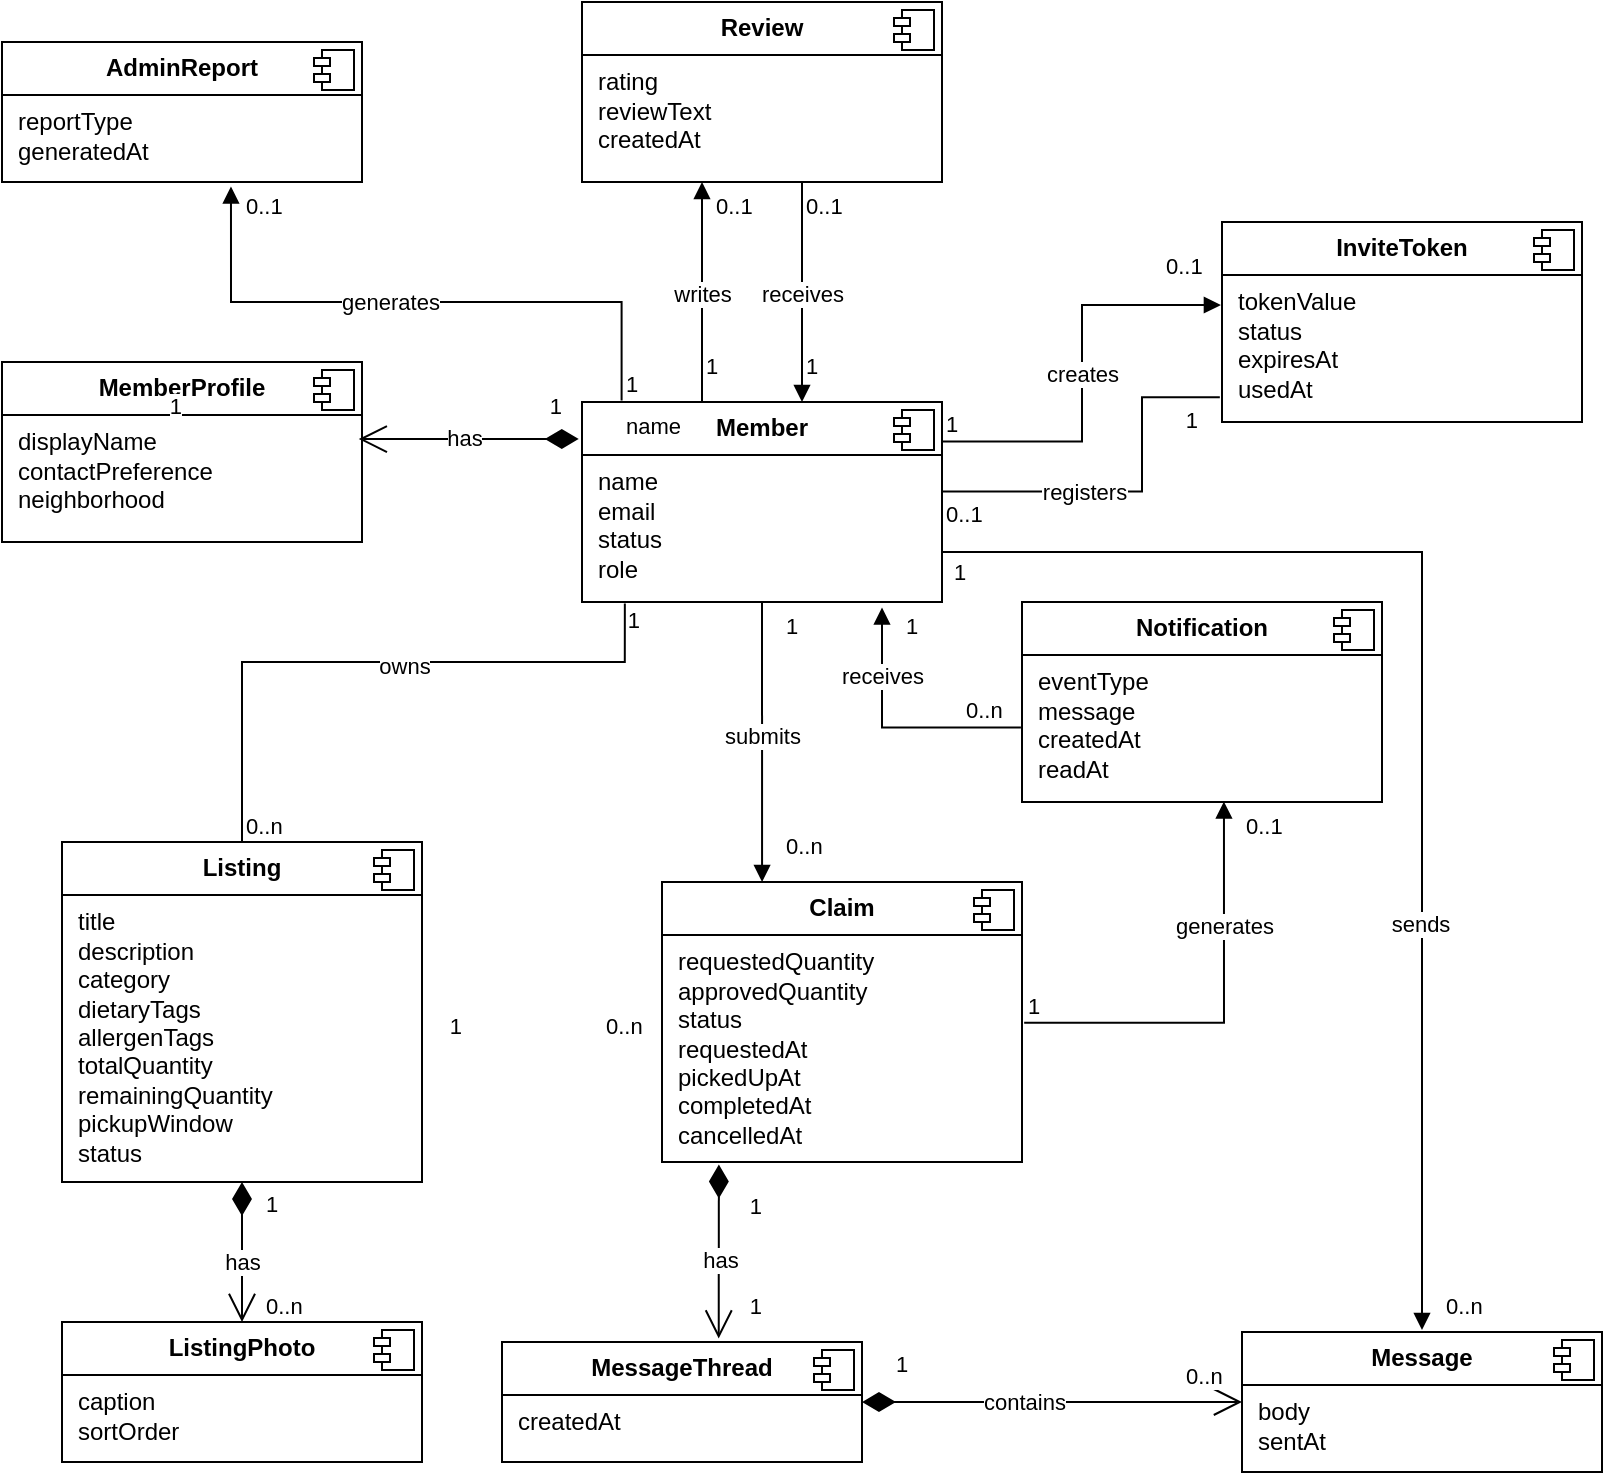
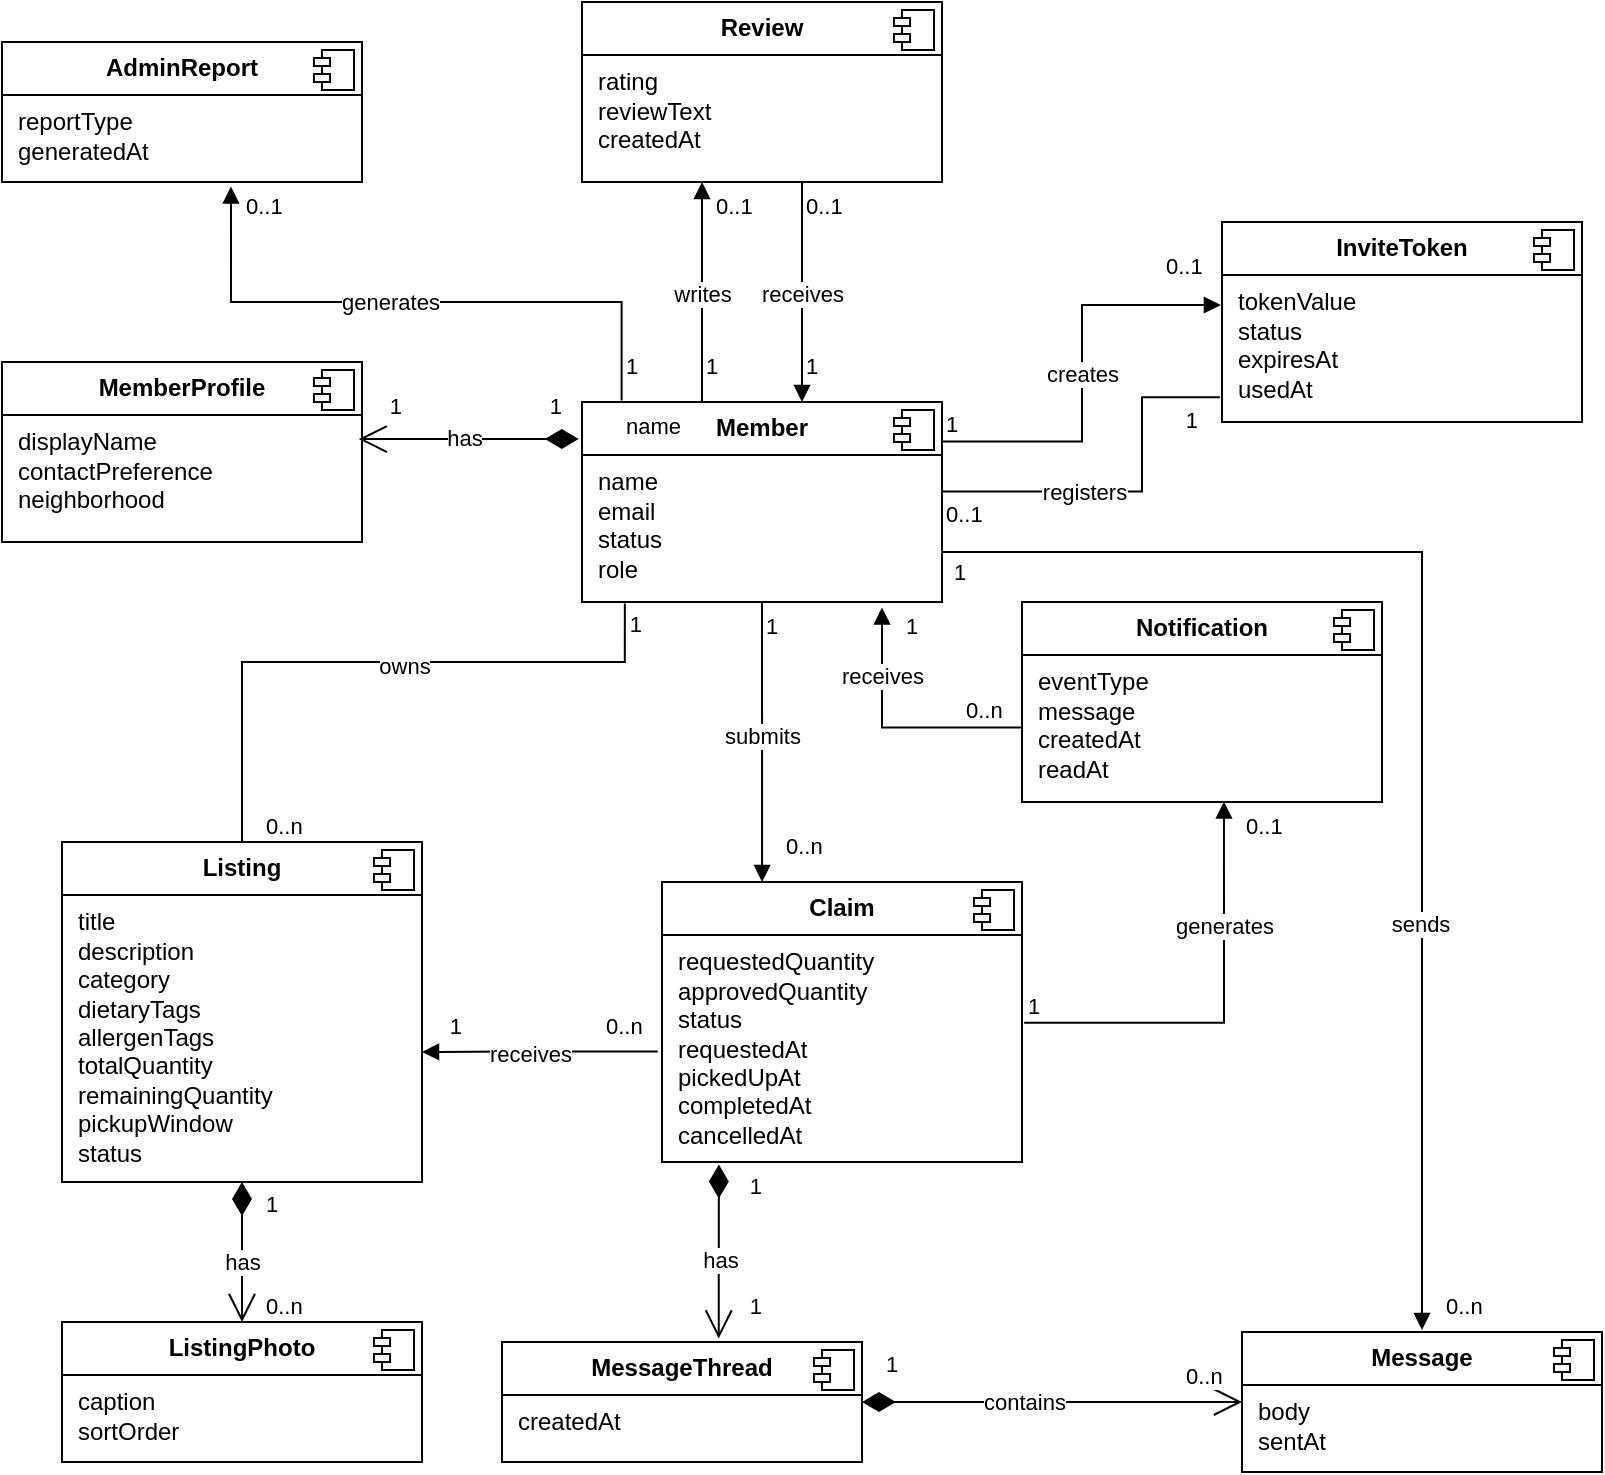
<mxfile host="app.diagrams.net">
  <diagram name="Page-1" id="lvP-uJnGx7f_SAiNzAW-">
-     <mxGraphModel dx="1503" dy="675" grid="1" gridSize="10" guides="1" tooltips="1" connect="1" arrows="1" fold="1" page="1" pageScale="1" pageWidth="850" pageHeight="1100" math="0" shadow="0">
+     <mxGraphModel dx="1653" dy="743" grid="1" gridSize="10" guides="1" tooltips="1" connect="1" arrows="1" fold="1" page="1" pageScale="1" pageWidth="850" pageHeight="1100" math="0" shadow="0">
      <root>
        <mxCell id="0" />
        <mxCell id="1" parent="0" />
        <mxCell id="1ZRYSY7kE29Z7dbNpSJO-15" parent="1" style="align=left;overflow=fill;html=1;dropTarget=0;whiteSpace=wrap;" value="&lt;p style=&quot;margin:0px;margin-top:6px;text-align:center;&quot;&gt;&lt;b&gt;Member&lt;/b&gt;&lt;/p&gt;&lt;hr size=&quot;1&quot; style=&quot;border-style:solid;&quot;&gt;&lt;p style=&quot;margin:0px;margin-left:8px;&quot;&gt;name&lt;/p&gt;&lt;p style=&quot;margin:0px;margin-left:8px;&quot;&gt;email&lt;/p&gt;&lt;p style=&quot;margin:0px;margin-left:8px;&quot;&gt;status&lt;/p&gt;&lt;p style=&quot;margin:0px;margin-left:8px;&quot;&gt;role&lt;/p&gt;&lt;div&gt;&lt;br&gt;&lt;/div&gt;" vertex="1">
          <mxGeometry height="100" width="180" x="320" y="340" as="geometry" />
        </mxCell>
        <mxCell id="1ZRYSY7kE29Z7dbNpSJO-16" parent="1ZRYSY7kE29Z7dbNpSJO-15" style="shape=component;jettyWidth=8;jettyHeight=4;" value="" vertex="1">
          <mxGeometry height="20" relative="1" width="20" x="1" as="geometry">
            <mxPoint x="-24" y="4" as="offset" />
          </mxGeometry>
        </mxCell>
        <mxCell id="1ZRYSY7kE29Z7dbNpSJO-17" parent="1" style="align=left;overflow=fill;html=1;dropTarget=0;whiteSpace=wrap;" value="&lt;p style=&quot;margin:0px;margin-top:6px;text-align:center;&quot;&gt;&lt;b&gt;MemberProfile&lt;/b&gt;&lt;/p&gt;&lt;hr size=&quot;1&quot; style=&quot;border-style:solid;&quot;&gt;&lt;p style=&quot;margin:0px;margin-left:8px;&quot;&gt;displayName&lt;/p&gt;&lt;p style=&quot;margin:0px;margin-left:8px;&quot;&gt;contactPreference&lt;/p&gt;&lt;p style=&quot;margin:0px;margin-left:8px;&quot;&gt;neighborhood&lt;/p&gt;&lt;div&gt;&lt;br&gt;&lt;/div&gt;" vertex="1">
          <mxGeometry height="90" width="180" x="30" y="320" as="geometry" />
        </mxCell>
        <mxCell id="1ZRYSY7kE29Z7dbNpSJO-18" parent="1ZRYSY7kE29Z7dbNpSJO-17" style="shape=component;jettyWidth=8;jettyHeight=4;" value="" vertex="1">
          <mxGeometry height="20" relative="1" width="20" x="1" as="geometry">
            <mxPoint x="-24" y="4" as="offset" />
          </mxGeometry>
        </mxCell>
        <mxCell id="1ZRYSY7kE29Z7dbNpSJO-19" parent="1" style="align=left;overflow=fill;html=1;dropTarget=0;whiteSpace=wrap;" value="&lt;p style=&quot;margin:0px;margin-top:6px;text-align:center;&quot;&gt;&lt;b&gt;Listing&lt;/b&gt;&lt;/p&gt;&lt;hr size=&quot;1&quot; style=&quot;border-style:solid;&quot;&gt;&lt;p style=&quot;margin:0px;margin-left:8px;&quot;&gt;title&lt;/p&gt;&lt;p style=&quot;margin:0px;margin-left:8px;&quot;&gt;description&lt;/p&gt;&lt;p style=&quot;margin:0px;margin-left:8px;&quot;&gt;category&lt;/p&gt;&lt;p style=&quot;margin:0px;margin-left:8px;&quot;&gt;dietaryTags&lt;/p&gt;&lt;p style=&quot;margin:0px;margin-left:8px;&quot;&gt;allergenTags&lt;/p&gt;&lt;p style=&quot;margin:0px;margin-left:8px;&quot;&gt;totalQuantity&lt;/p&gt;&lt;p style=&quot;margin:0px;margin-left:8px;&quot;&gt;remainingQuantity&lt;/p&gt;&lt;p style=&quot;margin:0px;margin-left:8px;&quot;&gt;pickupWindow&lt;/p&gt;&lt;p style=&quot;margin:0px;margin-left:8px;&quot;&gt;status&lt;/p&gt;" vertex="1">
          <mxGeometry height="170" width="180" x="60" y="560" as="geometry" />
        </mxCell>
        <mxCell id="1ZRYSY7kE29Z7dbNpSJO-20" parent="1ZRYSY7kE29Z7dbNpSJO-19" style="shape=component;jettyWidth=8;jettyHeight=4;" value="" vertex="1">
          <mxGeometry height="20" relative="1" width="20" x="1" as="geometry">
            <mxPoint x="-24" y="4" as="offset" />
          </mxGeometry>
        </mxCell>
        <mxCell id="1ZRYSY7kE29Z7dbNpSJO-21" parent="1" style="align=left;overflow=fill;html=1;dropTarget=0;whiteSpace=wrap;" value="&lt;p style=&quot;margin:0px;margin-top:6px;text-align:center;&quot;&gt;&lt;b&gt;ListingPhoto&lt;/b&gt;&lt;/p&gt;&lt;hr size=&quot;1&quot; style=&quot;border-style:solid;&quot;&gt;&lt;p style=&quot;margin:0px;margin-left:8px;&quot;&gt;caption&lt;/p&gt;&lt;p style=&quot;margin:0px;margin-left:8px;&quot;&gt;sortOrder&lt;/p&gt;" vertex="1">
          <mxGeometry height="70" width="180" x="60" y="800" as="geometry" />
        </mxCell>
        <mxCell id="1ZRYSY7kE29Z7dbNpSJO-22" parent="1ZRYSY7kE29Z7dbNpSJO-21" style="shape=component;jettyWidth=8;jettyHeight=4;" value="" vertex="1">
          <mxGeometry height="20" relative="1" width="20" x="1" as="geometry">
            <mxPoint x="-24" y="4" as="offset" />
          </mxGeometry>
        </mxCell>
        <mxCell id="1ZRYSY7kE29Z7dbNpSJO-23" parent="1" style="align=left;overflow=fill;html=1;dropTarget=0;whiteSpace=wrap;" value="&lt;p style=&quot;margin:0px;margin-top:6px;text-align:center;&quot;&gt;&lt;b&gt;Claim&lt;/b&gt;&lt;/p&gt;&lt;hr size=&quot;1&quot; style=&quot;border-style:solid;&quot;&gt;&lt;p style=&quot;margin:0px;margin-left:8px;&quot;&gt;requestedQuantity&lt;/p&gt;&lt;p style=&quot;margin:0px;margin-left:8px;&quot;&gt;approvedQuantity&lt;/p&gt;&lt;p style=&quot;margin:0px;margin-left:8px;&quot;&gt;status&lt;/p&gt;&lt;p style=&quot;margin:0px;margin-left:8px;&quot;&gt;requestedAt&lt;/p&gt;&lt;p style=&quot;margin:0px;margin-left:8px;&quot;&gt;pickedUpAt&lt;/p&gt;&lt;p style=&quot;margin:0px;margin-left:8px;&quot;&gt;completedAt&lt;/p&gt;&lt;p style=&quot;margin:0px;margin-left:8px;&quot;&gt;cancelledAt&lt;/p&gt;" vertex="1">
          <mxGeometry height="140" width="180" x="360" y="580" as="geometry" />
        </mxCell>
        <mxCell id="1ZRYSY7kE29Z7dbNpSJO-24" parent="1ZRYSY7kE29Z7dbNpSJO-23" style="shape=component;jettyWidth=8;jettyHeight=4;" value="" vertex="1">
          <mxGeometry height="20" relative="1" width="20" x="1" as="geometry">
            <mxPoint x="-24" y="4" as="offset" />
          </mxGeometry>
        </mxCell>
        <mxCell id="1ZRYSY7kE29Z7dbNpSJO-25" parent="1" style="align=left;overflow=fill;html=1;dropTarget=0;whiteSpace=wrap;" value="&lt;p style=&quot;margin:0px;margin-top:6px;text-align:center;&quot;&gt;&lt;b&gt;MessageThread&lt;/b&gt;&lt;/p&gt;&lt;hr size=&quot;1&quot; style=&quot;border-style:solid;&quot;&gt;&lt;p style=&quot;margin:0px;margin-left:8px;&quot;&gt;createdAt&lt;/p&gt;" vertex="1">
          <mxGeometry height="60" width="180" x="280" y="810" as="geometry" />
        </mxCell>
        <mxCell id="1ZRYSY7kE29Z7dbNpSJO-26" parent="1ZRYSY7kE29Z7dbNpSJO-25" style="shape=component;jettyWidth=8;jettyHeight=4;" value="" vertex="1">
          <mxGeometry height="20" relative="1" width="20" x="1" as="geometry">
            <mxPoint x="-24" y="4" as="offset" />
          </mxGeometry>
        </mxCell>
        <mxCell id="1ZRYSY7kE29Z7dbNpSJO-27" parent="1" style="align=left;overflow=fill;html=1;dropTarget=0;whiteSpace=wrap;" value="&lt;p style=&quot;margin:0px;margin-top:6px;text-align:center;&quot;&gt;&lt;b&gt;Message&lt;/b&gt;&lt;/p&gt;&lt;hr size=&quot;1&quot; style=&quot;border-style:solid;&quot;&gt;&lt;p style=&quot;margin:0px;margin-left:8px;&quot;&gt;body&lt;/p&gt;&lt;p style=&quot;margin:0px;margin-left:8px;&quot;&gt;sentAt&lt;/p&gt;" vertex="1">
          <mxGeometry height="70" width="180" x="650" y="805" as="geometry" />
        </mxCell>
        <mxCell id="1ZRYSY7kE29Z7dbNpSJO-28" parent="1ZRYSY7kE29Z7dbNpSJO-27" style="shape=component;jettyWidth=8;jettyHeight=4;" value="" vertex="1">
          <mxGeometry height="20" relative="1" width="20" x="1" as="geometry">
            <mxPoint x="-24" y="4" as="offset" />
          </mxGeometry>
        </mxCell>
        <mxCell id="1ZRYSY7kE29Z7dbNpSJO-29" parent="1" style="align=left;overflow=fill;html=1;dropTarget=0;whiteSpace=wrap;" value="&lt;p style=&quot;margin:0px;margin-top:6px;text-align:center;&quot;&gt;&lt;b&gt;Notification&lt;/b&gt;&lt;/p&gt;&lt;hr size=&quot;1&quot; style=&quot;border-style:solid;&quot;&gt;&lt;p style=&quot;margin:0px;margin-left:8px;&quot;&gt;eventType&lt;/p&gt;&lt;p style=&quot;margin:0px;margin-left:8px;&quot;&gt;message&lt;/p&gt;&lt;p style=&quot;margin:0px;margin-left:8px;&quot;&gt;createdAt&lt;/p&gt;&lt;p style=&quot;margin:0px;margin-left:8px;&quot;&gt;readAt&lt;/p&gt;" vertex="1">
          <mxGeometry height="100" width="180" x="540" y="440" as="geometry" />
        </mxCell>
        <mxCell id="1ZRYSY7kE29Z7dbNpSJO-30" parent="1ZRYSY7kE29Z7dbNpSJO-29" style="shape=component;jettyWidth=8;jettyHeight=4;" value="" vertex="1">
          <mxGeometry height="20" relative="1" width="20" x="1" as="geometry">
            <mxPoint x="-24" y="4" as="offset" />
          </mxGeometry>
        </mxCell>
        <mxCell id="1ZRYSY7kE29Z7dbNpSJO-31" parent="1" style="align=left;overflow=fill;html=1;dropTarget=0;whiteSpace=wrap;" value="&lt;p style=&quot;margin:0px;margin-top:6px;text-align:center;&quot;&gt;&lt;b&gt;Review&lt;/b&gt;&lt;/p&gt;&lt;hr size=&quot;1&quot; style=&quot;border-style:solid;&quot;&gt;&lt;p style=&quot;margin:0px;margin-left:8px;&quot;&gt;rating&lt;/p&gt;&lt;p style=&quot;margin:0px;margin-left:8px;&quot;&gt;reviewText&lt;/p&gt;&lt;p style=&quot;margin:0px;margin-left:8px;&quot;&gt;createdAt&lt;/p&gt;" vertex="1">
          <mxGeometry height="90" width="180" x="320" y="140" as="geometry" />
        </mxCell>
        <mxCell id="1ZRYSY7kE29Z7dbNpSJO-32" parent="1ZRYSY7kE29Z7dbNpSJO-31" style="shape=component;jettyWidth=8;jettyHeight=4;" value="" vertex="1">
          <mxGeometry height="20" relative="1" width="20" x="1" as="geometry">
            <mxPoint x="-24" y="4" as="offset" />
          </mxGeometry>
        </mxCell>
        <mxCell id="1ZRYSY7kE29Z7dbNpSJO-33" parent="1" style="align=left;overflow=fill;html=1;dropTarget=0;whiteSpace=wrap;" value="&lt;p style=&quot;margin:0px;margin-top:6px;text-align:center;&quot;&gt;&lt;b&gt;AdminReport&lt;/b&gt;&lt;/p&gt;&lt;hr size=&quot;1&quot; style=&quot;border-style:solid;&quot;&gt;&lt;p style=&quot;margin:0px;margin-left:8px;&quot;&gt;reportType&lt;/p&gt;&lt;p style=&quot;margin:0px;margin-left:8px;&quot;&gt;generatedAt&lt;/p&gt;" vertex="1">
          <mxGeometry height="70" width="180" x="30" y="160" as="geometry" />
        </mxCell>
        <mxCell id="1ZRYSY7kE29Z7dbNpSJO-34" parent="1ZRYSY7kE29Z7dbNpSJO-33" style="shape=component;jettyWidth=8;jettyHeight=4;" value="" vertex="1">
          <mxGeometry height="20" relative="1" width="20" x="1" as="geometry">
            <mxPoint x="-24" y="4" as="offset" />
          </mxGeometry>
        </mxCell>
        <mxCell id="1ZRYSY7kE29Z7dbNpSJO-39" parent="1" style="align=left;overflow=fill;html=1;dropTarget=0;whiteSpace=wrap;" value="&lt;p style=&quot;margin:0px;margin-top:6px;text-align:center;&quot;&gt;&lt;b&gt;InviteToken&lt;/b&gt;&lt;/p&gt;&lt;hr size=&quot;1&quot; style=&quot;border-style:solid;&quot;&gt;&lt;p style=&quot;margin:0px;margin-left:8px;&quot;&gt;tokenValue&lt;/p&gt;&lt;p style=&quot;margin:0px;margin-left:8px;&quot;&gt;status&lt;/p&gt;&lt;p style=&quot;margin:0px;margin-left:8px;&quot;&gt;expiresAt&lt;/p&gt;&lt;p style=&quot;margin:0px;margin-left:8px;&quot;&gt;usedAt&lt;/p&gt;" vertex="1">
          <mxGeometry height="100" width="180" x="640" y="250" as="geometry" />
        </mxCell>
        <mxCell id="1ZRYSY7kE29Z7dbNpSJO-40" parent="1ZRYSY7kE29Z7dbNpSJO-39" style="shape=component;jettyWidth=8;jettyHeight=4;" value="" vertex="1">
          <mxGeometry height="20" relative="1" width="20" x="1" as="geometry">
            <mxPoint x="-24" y="4" as="offset" />
          </mxGeometry>
        </mxCell>
        <mxCell id="1ZRYSY7kE29Z7dbNpSJO-50" edge="1" parent="1" source="1ZRYSY7kE29Z7dbNpSJO-15" style="endArrow=none;html=1;edgeStyle=orthogonalEdgeStyle;rounded=0;exitX=1.002;exitY=0.447;exitDx=0;exitDy=0;exitPerimeter=0;entryX=-0.006;entryY=0.876;entryDx=0;entryDy=0;entryPerimeter=0;" target="1ZRYSY7kE29Z7dbNpSJO-39" value="">
          <mxGeometry relative="1" as="geometry">
            <Array as="points">
              <mxPoint x="600" y="385" />
              <mxPoint x="600" y="338" />
            </Array>
            <mxPoint x="500" y="410" as="sourcePoint" />
            <mxPoint x="610" y="410" as="targetPoint" />
          </mxGeometry>
        </mxCell>
        <mxCell id="1ZRYSY7kE29Z7dbNpSJO-51" connectable="0" parent="1ZRYSY7kE29Z7dbNpSJO-50" style="edgeLabel;resizable=0;html=1;align=left;verticalAlign=bottom;" value="0..1" vertex="1">
          <mxGeometry relative="1" x="-1" as="geometry">
            <mxPoint y="20" as="offset" />
          </mxGeometry>
        </mxCell>
        <mxCell id="1ZRYSY7kE29Z7dbNpSJO-52" connectable="0" parent="1ZRYSY7kE29Z7dbNpSJO-50" style="edgeLabel;resizable=0;html=1;align=right;verticalAlign=bottom;" value="1" vertex="1">
          <mxGeometry relative="1" x="1" as="geometry">
            <mxPoint x="-10" y="20" as="offset" />
          </mxGeometry>
        </mxCell>
        <mxCell id="1ZRYSY7kE29Z7dbNpSJO-53" connectable="0" parent="1ZRYSY7kE29Z7dbNpSJO-50" style="edgeLabel;html=1;align=center;verticalAlign=middle;resizable=0;points=[];" value="registers" vertex="1">
          <mxGeometry relative="1" x="-0.0579" y="-2" as="geometry">
            <mxPoint x="-17" y="-2" as="offset" />
          </mxGeometry>
        </mxCell>
        <mxCell id="I8fzYEprO0ZgccGk21pv-6" edge="1" parent="1" source="1ZRYSY7kE29Z7dbNpSJO-15" style="endArrow=open;html=1;endSize=12;startArrow=diamondThin;startSize=14;startFill=1;edgeStyle=orthogonalEdgeStyle;align=left;verticalAlign=bottom;rounded=0;exitX=-0.009;exitY=0.185;exitDx=0;exitDy=0;exitPerimeter=0;entryX=0.991;entryY=0.428;entryDx=0;entryDy=0;entryPerimeter=0;" target="1ZRYSY7kE29Z7dbNpSJO-17" value="">
          <mxGeometry relative="1" x="-0.8329" y="-19" as="geometry">
            <mxPoint as="offset" />
            <mxPoint x="330" y="520" as="sourcePoint" />
            <mxPoint x="490" y="520" as="targetPoint" />
          </mxGeometry>
        </mxCell>
        <mxCell id="I8fzYEprO0ZgccGk21pv-7" connectable="0" parent="I8fzYEprO0ZgccGk21pv-6" style="edgeLabel;html=1;align=center;verticalAlign=middle;resizable=0;points=[];" value="has" vertex="1">
          <mxGeometry relative="1" x="0.0522" y="-1" as="geometry">
            <mxPoint as="offset" />
          </mxGeometry>
        </mxCell>
        <mxCell id="I8fzYEprO0ZgccGk21pv-8" edge="1" parent="1" source="1ZRYSY7kE29Z7dbNpSJO-19" style="endArrow=none;html=1;edgeStyle=orthogonalEdgeStyle;rounded=0;exitX=0.5;exitY=0;exitDx=0;exitDy=0;entryX=0.119;entryY=1.008;entryDx=0;entryDy=0;entryPerimeter=0;" target="1ZRYSY7kE29Z7dbNpSJO-15" value="">
          <mxGeometry relative="1" as="geometry">
            <Array as="points">
              <mxPoint x="150" y="470" />
              <mxPoint x="341" y="470" />
            </Array>
            <mxPoint x="120" y="400" as="sourcePoint" />
            <mxPoint x="300" y="390" as="targetPoint" />
          </mxGeometry>
        </mxCell>
        <mxCell id="I8fzYEprO0ZgccGk21pv-9" connectable="0" parent="I8fzYEprO0ZgccGk21pv-8" style="edgeLabel;resizable=0;html=1;align=left;verticalAlign=bottom;" value="0..n" vertex="1">
          <mxGeometry relative="1" x="-1" as="geometry">
-             <mxPoint as="offset" />
+             <mxPoint x="10" as="offset" />
          </mxGeometry>
        </mxCell>
        <mxCell id="I8fzYEprO0ZgccGk21pv-10" connectable="0" parent="I8fzYEprO0ZgccGk21pv-8" style="edgeLabel;resizable=0;html=1;align=right;verticalAlign=bottom;" value="1" vertex="1">
          <mxGeometry relative="1" x="1" as="geometry">
-             <mxPoint x="8" y="17" as="offset" />
+             <mxPoint x="9" y="19" as="offset" />
          </mxGeometry>
        </mxCell>
        <mxCell id="I8fzYEprO0ZgccGk21pv-11" connectable="0" parent="I8fzYEprO0ZgccGk21pv-8" style="edgeLabel;html=1;align=center;verticalAlign=middle;resizable=0;points=[];" value="owns" vertex="1">
          <mxGeometry relative="1" x="0.3061" y="-1" as="geometry">
            <mxPoint x="-32" y="1" as="offset" />
          </mxGeometry>
        </mxCell>
        <mxCell id="I8fzYEprO0ZgccGk21pv-16" edge="1" parent="1" source="1ZRYSY7kE29Z7dbNpSJO-15" style="endArrow=block;endFill=1;html=1;edgeStyle=orthogonalEdgeStyle;align=left;verticalAlign=top;rounded=0;entryX=-0.003;entryY=0.415;entryDx=0;entryDy=0;entryPerimeter=0;exitX=1.002;exitY=0.197;exitDx=0;exitDy=0;exitPerimeter=0;" target="1ZRYSY7kE29Z7dbNpSJO-39" value="">
          <mxGeometry relative="1" x="-1" as="geometry">
            <mxPoint x="501" y="350" as="sourcePoint" />
            <mxPoint x="570" y="390" as="targetPoint" />
          </mxGeometry>
        </mxCell>
        <mxCell id="I8fzYEprO0ZgccGk21pv-17" connectable="0" parent="I8fzYEprO0ZgccGk21pv-16" style="edgeLabel;resizable=0;html=1;align=left;verticalAlign=bottom;" value="1" vertex="1">
          <mxGeometry relative="1" x="-1" as="geometry" />
        </mxCell>
        <mxCell id="I8fzYEprO0ZgccGk21pv-18" connectable="0" parent="I8fzYEprO0ZgccGk21pv-16" style="edgeLabel;html=1;align=center;verticalAlign=middle;resizable=0;points=[];" value="creates" vertex="1">
          <mxGeometry relative="1" x="-0.1404" as="geometry">
            <mxPoint y="-15" as="offset" />
          </mxGeometry>
        </mxCell>
        <mxCell id="I8fzYEprO0ZgccGk21pv-19" connectable="0" parent="1" style="edgeLabel;resizable=0;html=1;align=left;verticalAlign=bottom;" value="0..1" vertex="1">
          <mxGeometry x="610" y="280" as="geometry" />
        </mxCell>
        <mxCell id="I8fzYEprO0ZgccGk21pv-20" edge="1" parent="1" source="1ZRYSY7kE29Z7dbNpSJO-19" style="endArrow=open;html=1;endSize=12;startArrow=diamondThin;startSize=14;startFill=1;edgeStyle=orthogonalEdgeStyle;align=left;verticalAlign=bottom;rounded=0;entryX=0.5;entryY=0;entryDx=0;entryDy=0;exitX=0.5;exitY=1;exitDx=0;exitDy=0;" target="1ZRYSY7kE29Z7dbNpSJO-21" value="1">
          <mxGeometry relative="1" x="-0.4286" y="10" as="geometry">
            <mxPoint as="offset" />
            <mxPoint x="280" y="700" as="sourcePoint" />
            <mxPoint x="440" y="700" as="targetPoint" />
          </mxGeometry>
        </mxCell>
        <mxCell id="I8fzYEprO0ZgccGk21pv-21" connectable="0" parent="I8fzYEprO0ZgccGk21pv-20" style="edgeLabel;html=1;align=center;verticalAlign=middle;resizable=0;points=[];" value="has" vertex="1">
          <mxGeometry relative="1" x="0.1286" as="geometry">
            <mxPoint as="offset" />
          </mxGeometry>
        </mxCell>
        <mxCell id="I8fzYEprO0ZgccGk21pv-24" connectable="0" parent="1" style="edgeLabel;resizable=0;html=1;align=left;verticalAlign=bottom;" value="0..n" vertex="1">
          <mxGeometry x="160" y="800" as="geometry" />
        </mxCell>
        <mxCell id="I8fzYEprO0ZgccGk21pv-32" connectable="0" parent="1" style="edgeLabel;resizable=0;html=1;align=left;verticalAlign=bottom;" value="0..n" vertex="1">
          <mxGeometry x="330" y="660" as="geometry" />
        </mxCell>
        <mxCell id="I8fzYEprO0ZgccGk21pv-33" connectable="0" parent="1" style="edgeLabel;resizable=0;html=1;align=right;verticalAlign=bottom;" value="1" vertex="1">
          <mxGeometry x="260" y="660" as="geometry" />
        </mxCell>
        <mxCell id="I8fzYEprO0ZgccGk21pv-40" edge="1" parent="1" source="1ZRYSY7kE29Z7dbNpSJO-23" style="endArrow=open;html=1;endSize=12;startArrow=diamondThin;startSize=14;startFill=1;edgeStyle=orthogonalEdgeStyle;align=left;verticalAlign=bottom;rounded=0;entryX=0.602;entryY=-0.029;entryDx=0;entryDy=0;entryPerimeter=0;exitX=0.158;exitY=1.009;exitDx=0;exitDy=0;exitPerimeter=0;" target="1ZRYSY7kE29Z7dbNpSJO-25" value="">
          <mxGeometry relative="1" x="-0.5694" y="12" as="geometry">
            <mxPoint as="offset" />
            <mxPoint x="390" y="740" as="sourcePoint" />
            <mxPoint x="610" y="780" as="targetPoint" />
          </mxGeometry>
        </mxCell>
        <mxCell id="I8fzYEprO0ZgccGk21pv-41" connectable="0" parent="I8fzYEprO0ZgccGk21pv-40" style="edgeLabel;html=1;align=center;verticalAlign=middle;resizable=0;points=[];" value="has" vertex="1">
          <mxGeometry relative="1" x="0.0799" as="geometry">
            <mxPoint as="offset" />
          </mxGeometry>
        </mxCell>
        <mxCell id="I8fzYEprO0ZgccGk21pv-42" connectable="0" parent="1" style="edgeLabel;resizable=0;html=1;align=right;verticalAlign=bottom;" value="1" vertex="1">
          <mxGeometry x="410" y="800" as="geometry" />
        </mxCell>
        <mxCell id="I8fzYEprO0ZgccGk21pv-43" connectable="0" parent="1" style="edgeLabel;resizable=0;html=1;align=right;verticalAlign=bottom;" value="1" vertex="1">
-           <mxGeometry x="410" y="750" as="geometry" />
+           <mxGeometry x="410" y="740" as="geometry" />
        </mxCell>
        <mxCell id="I8fzYEprO0ZgccGk21pv-44" edge="1" parent="1" source="1ZRYSY7kE29Z7dbNpSJO-25" style="endArrow=open;html=1;endSize=12;startArrow=diamondThin;startSize=14;startFill=1;edgeStyle=orthogonalEdgeStyle;align=left;verticalAlign=bottom;rounded=0;entryX=0;entryY=0.5;entryDx=0;entryDy=0;exitX=1;exitY=0.5;exitDx=0;exitDy=0;" target="1ZRYSY7kE29Z7dbNpSJO-27" value="1">
-           <mxGeometry relative="1" x="-0.8462" y="10" as="geometry">
+           <mxGeometry relative="1" x="-0.8947" y="10" as="geometry">
            <mxPoint as="offset" />
            <mxPoint x="370" y="790" as="sourcePoint" />
            <mxPoint x="530" y="790" as="targetPoint" />
          </mxGeometry>
        </mxCell>
        <mxCell id="I8fzYEprO0ZgccGk21pv-46" connectable="0" parent="I8fzYEprO0ZgccGk21pv-44" style="edgeLabel;html=1;align=center;verticalAlign=middle;resizable=0;points=[];" value="contains" vertex="1">
          <mxGeometry relative="1" x="-0.1538" as="geometry">
            <mxPoint as="offset" />
          </mxGeometry>
        </mxCell>
        <mxCell id="I8fzYEprO0ZgccGk21pv-45" connectable="0" parent="1" style="edgeLabel;resizable=0;html=1;align=left;verticalAlign=bottom;" value="0..n" vertex="1">
          <mxGeometry x="620" y="835" as="geometry" />
        </mxCell>
        <mxCell id="I8fzYEprO0ZgccGk21pv-47" connectable="0" parent="1" style="edgeLabel;resizable=0;html=1;align=right;verticalAlign=bottom;" value="1" vertex="1">
          <mxGeometry x="310" y="350" as="geometry" />
        </mxCell>
        <mxCell id="I8fzYEprO0ZgccGk21pv-48" connectable="0" parent="1" style="edgeLabel;resizable=0;html=1;align=right;verticalAlign=bottom;" value="1" vertex="1">
-           <mxGeometry x="120" y="350" as="geometry" />
+           <mxGeometry x="230" y="350" as="geometry" />
        </mxCell>
        <mxCell id="I8fzYEprO0ZgccGk21pv-50" edge="1" parent="1" source="1ZRYSY7kE29Z7dbNpSJO-15" style="endArrow=block;endFill=1;html=1;edgeStyle=orthogonalEdgeStyle;align=left;verticalAlign=top;rounded=0;exitX=0.5;exitY=1;exitDx=0;exitDy=0;entryX=0.278;entryY=0;entryDx=0;entryDy=0;entryPerimeter=0;" target="1ZRYSY7kE29Z7dbNpSJO-23" value="">
          <mxGeometry relative="1" x="-1" as="geometry">
            <mxPoint x="320" y="530" as="sourcePoint" />
            <mxPoint x="480" y="530" as="targetPoint" />
          </mxGeometry>
        </mxCell>
        <mxCell id="I8fzYEprO0ZgccGk21pv-51" connectable="0" parent="I8fzYEprO0ZgccGk21pv-50" style="edgeLabel;resizable=0;html=1;align=left;verticalAlign=bottom;" value="1" vertex="1">
          <mxGeometry relative="1" x="-1" as="geometry">
-             <mxPoint x="10" y="20" as="offset" />
+             <mxPoint y="20" as="offset" />
          </mxGeometry>
        </mxCell>
        <mxCell id="I8fzYEprO0ZgccGk21pv-52" connectable="0" parent="I8fzYEprO0ZgccGk21pv-50" style="edgeLabel;html=1;align=center;verticalAlign=middle;resizable=0;points=[];" value="submits" vertex="1">
          <mxGeometry relative="1" x="-0.0428" as="geometry">
            <mxPoint as="offset" />
          </mxGeometry>
        </mxCell>
        <mxCell id="I8fzYEprO0ZgccGk21pv-53" connectable="0" parent="1" style="edgeLabel;resizable=0;html=1;align=left;verticalAlign=bottom;" value="0..n" vertex="1">
          <mxGeometry x="420" y="570" as="geometry" />
        </mxCell>
        <mxCell id="I8fzYEprO0ZgccGk21pv-54" edge="1" parent="1" source="1ZRYSY7kE29Z7dbNpSJO-15" style="endArrow=block;endFill=1;html=1;edgeStyle=orthogonalEdgeStyle;align=left;verticalAlign=top;rounded=0;exitX=1;exitY=0.75;exitDx=0;exitDy=0;" value="">
          <mxGeometry relative="1" x="-1" as="geometry">
            <Array as="points">
              <mxPoint x="740" y="415" />
            </Array>
            <mxPoint x="680" y="580" as="sourcePoint" />
            <mxPoint x="740" y="804" as="targetPoint" />
          </mxGeometry>
        </mxCell>
        <mxCell id="I8fzYEprO0ZgccGk21pv-55" connectable="0" parent="I8fzYEprO0ZgccGk21pv-54" style="edgeLabel;resizable=0;html=1;align=left;verticalAlign=bottom;" value="1" vertex="1">
          <mxGeometry relative="1" x="-1" as="geometry">
            <mxPoint x="4" y="18" as="offset" />
          </mxGeometry>
        </mxCell>
        <mxCell id="I8fzYEprO0ZgccGk21pv-56" connectable="0" parent="I8fzYEprO0ZgccGk21pv-54" style="edgeLabel;html=1;align=center;verticalAlign=middle;resizable=0;points=[];" value="sends" vertex="1">
          <mxGeometry relative="1" x="0.3682" y="-1" as="geometry">
            <mxPoint y="-5" as="offset" />
          </mxGeometry>
        </mxCell>
        <mxCell id="I8fzYEprO0ZgccGk21pv-57" connectable="0" parent="1" style="edgeLabel;resizable=0;html=1;align=left;verticalAlign=bottom;" value="0..n" vertex="1">
          <mxGeometry x="750" y="800" as="geometry" />
        </mxCell>
        <mxCell id="I8fzYEprO0ZgccGk21pv-65" edge="1" parent="1" source="1ZRYSY7kE29Z7dbNpSJO-23" style="endArrow=block;endFill=1;html=1;edgeStyle=orthogonalEdgeStyle;align=left;verticalAlign=top;rounded=0;exitX=1.006;exitY=0.503;exitDx=0;exitDy=0;exitPerimeter=0;entryX=0.561;entryY=0.998;entryDx=0;entryDy=0;entryPerimeter=0;" target="1ZRYSY7kE29Z7dbNpSJO-29" value="">
          <mxGeometry relative="1" x="-1" as="geometry">
            <Array as="points">
              <mxPoint x="641" y="650" />
            </Array>
            <mxPoint x="500" y="550" as="sourcePoint" />
            <mxPoint x="660" y="550" as="targetPoint" />
          </mxGeometry>
        </mxCell>
        <mxCell id="I8fzYEprO0ZgccGk21pv-66" connectable="0" parent="I8fzYEprO0ZgccGk21pv-65" style="edgeLabel;resizable=0;html=1;align=left;verticalAlign=bottom;" value="1" vertex="1">
          <mxGeometry relative="1" x="-1" as="geometry" />
        </mxCell>
        <mxCell id="I8fzYEprO0ZgccGk21pv-68" connectable="0" parent="I8fzYEprO0ZgccGk21pv-65" style="edgeLabel;html=1;align=center;verticalAlign=middle;resizable=0;points=[];" value="generates" vertex="1">
          <mxGeometry relative="1" x="0.2899" as="geometry">
            <mxPoint y="-13" as="offset" />
          </mxGeometry>
        </mxCell>
        <mxCell id="I8fzYEprO0ZgccGk21pv-67" connectable="0" parent="1" style="edgeLabel;resizable=0;html=1;align=left;verticalAlign=bottom;" value="0..1" vertex="1">
          <mxGeometry x="650" y="560" as="geometry" />
        </mxCell>
        <mxCell id="I8fzYEprO0ZgccGk21pv-69" edge="1" parent="1" source="1ZRYSY7kE29Z7dbNpSJO-29" style="endArrow=block;endFill=1;html=1;edgeStyle=orthogonalEdgeStyle;align=left;verticalAlign=top;rounded=0;entryX=0.829;entryY=1.027;entryDx=0;entryDy=0;entryPerimeter=0;exitX=-0.003;exitY=0.627;exitDx=0;exitDy=0;exitPerimeter=0;" target="1ZRYSY7kE29Z7dbNpSJO-15" value="">
          <mxGeometry relative="1" x="-1" as="geometry">
            <Array as="points">
              <mxPoint x="470" y="503" />
              <mxPoint x="470" y="443" />
            </Array>
            <mxPoint x="490" y="480" as="sourcePoint" />
            <mxPoint x="650" y="480" as="targetPoint" />
          </mxGeometry>
        </mxCell>
        <mxCell id="I8fzYEprO0ZgccGk21pv-70" connectable="0" parent="I8fzYEprO0ZgccGk21pv-69" style="edgeLabel;resizable=0;html=1;align=left;verticalAlign=bottom;" value="0..n" vertex="1">
          <mxGeometry relative="1" x="-1" as="geometry">
            <mxPoint x="-29" as="offset" />
          </mxGeometry>
        </mxCell>
        <mxCell id="I8fzYEprO0ZgccGk21pv-72" connectable="0" parent="I8fzYEprO0ZgccGk21pv-69" style="edgeLabel;html=1;align=center;verticalAlign=middle;resizable=0;points=[];" value="receives" vertex="1">
          <mxGeometry relative="1" x="0.4575" as="geometry">
            <mxPoint as="offset" />
          </mxGeometry>
        </mxCell>
        <mxCell id="I8fzYEprO0ZgccGk21pv-71" connectable="0" parent="1" style="edgeLabel;resizable=0;html=1;align=left;verticalAlign=bottom;" value="1" vertex="1">
          <mxGeometry x="480" y="460" as="geometry" />
        </mxCell>
        <mxCell id="I8fzYEprO0ZgccGk21pv-73" edge="1" parent="1" style="endArrow=block;endFill=1;html=1;edgeStyle=orthogonalEdgeStyle;align=left;verticalAlign=top;rounded=0;" target="1ZRYSY7kE29Z7dbNpSJO-31" value="">
          <mxGeometry relative="1" x="-1" as="geometry">
            <Array as="points">
              <mxPoint x="380" y="240" />
              <mxPoint x="380" y="240" />
            </Array>
            <mxPoint x="380" y="340" as="sourcePoint" />
            <mxPoint x="400" y="240" as="targetPoint" />
          </mxGeometry>
        </mxCell>
        <mxCell id="I8fzYEprO0ZgccGk21pv-74" connectable="0" parent="I8fzYEprO0ZgccGk21pv-73" style="edgeLabel;resizable=0;html=1;align=left;verticalAlign=bottom;" value="1" vertex="1">
          <mxGeometry relative="1" x="-1" as="geometry">
            <mxPoint y="-10" as="offset" />
          </mxGeometry>
        </mxCell>
        <mxCell id="I8fzYEprO0ZgccGk21pv-76" connectable="0" parent="I8fzYEprO0ZgccGk21pv-73" style="edgeLabel;html=1;align=center;verticalAlign=middle;resizable=0;points=[];" value="writes" vertex="1">
          <mxGeometry relative="1" x="-0.005" as="geometry">
            <mxPoint as="offset" />
          </mxGeometry>
        </mxCell>
        <mxCell id="I8fzYEprO0ZgccGk21pv-75" connectable="0" parent="1" style="edgeLabel;resizable=0;html=1;align=left;verticalAlign=bottom;" value="0..1" vertex="1">
          <mxGeometry x="385" y="250" as="geometry" />
        </mxCell>
        <mxCell id="I8fzYEprO0ZgccGk21pv-77" edge="1" parent="1" style="endArrow=block;endFill=1;html=1;edgeStyle=orthogonalEdgeStyle;align=left;verticalAlign=top;rounded=0;" value="">
          <mxGeometry relative="1" x="-1" as="geometry">
            <Array as="points">
              <mxPoint x="430" y="340" />
            </Array>
            <mxPoint x="430" y="230" as="sourcePoint" />
            <mxPoint x="430" y="340" as="targetPoint" />
          </mxGeometry>
        </mxCell>
        <mxCell id="I8fzYEprO0ZgccGk21pv-78" connectable="0" parent="I8fzYEprO0ZgccGk21pv-77" style="edgeLabel;resizable=0;html=1;align=left;verticalAlign=bottom;" value="1" vertex="1">
          <mxGeometry relative="1" x="-1" as="geometry">
            <mxPoint y="100" as="offset" />
          </mxGeometry>
        </mxCell>
        <mxCell id="I8fzYEprO0ZgccGk21pv-79" connectable="0" parent="I8fzYEprO0ZgccGk21pv-77" style="edgeLabel;html=1;align=center;verticalAlign=middle;resizable=0;points=[];" value="receives" vertex="1">
          <mxGeometry relative="1" x="0.0152" as="geometry">
            <mxPoint as="offset" />
          </mxGeometry>
        </mxCell>
        <mxCell id="I8fzYEprO0ZgccGk21pv-80" connectable="0" parent="1" style="edgeLabel;resizable=0;html=1;align=left;verticalAlign=bottom;" value="0..1" vertex="1">
          <mxGeometry x="430" y="250" as="geometry" />
        </mxCell>
        <mxCell id="I8fzYEprO0ZgccGk21pv-82" edge="1" parent="1" source="1ZRYSY7kE29Z7dbNpSJO-15" style="endArrow=block;endFill=1;html=1;edgeStyle=orthogonalEdgeStyle;align=left;verticalAlign=top;rounded=0;entryX=0.636;entryY=1.032;entryDx=0;entryDy=0;entryPerimeter=0;exitX=0.11;exitY=-0.007;exitDx=0;exitDy=0;exitPerimeter=0;" target="1ZRYSY7kE29Z7dbNpSJO-33" value="name">
          <mxGeometry relative="1" x="-1" as="geometry">
            <Array as="points">
              <mxPoint x="340" y="290" />
              <mxPoint x="145" y="290" />
            </Array>
            <mxPoint x="200" y="290" as="sourcePoint" />
            <mxPoint x="360" y="290" as="targetPoint" />
          </mxGeometry>
        </mxCell>
        <mxCell id="I8fzYEprO0ZgccGk21pv-83" connectable="0" parent="I8fzYEprO0ZgccGk21pv-82" style="edgeLabel;resizable=0;html=1;align=left;verticalAlign=bottom;" value="1" vertex="1">
-           <mxGeometry relative="1" x="-1" as="geometry" />
+           <mxGeometry relative="1" x="-1" as="geometry">
+             <mxPoint y="-9" as="offset" />
+           </mxGeometry>
        </mxCell>
        <mxCell id="I8fzYEprO0ZgccGk21pv-84" connectable="0" parent="I8fzYEprO0ZgccGk21pv-82" style="edgeLabel;html=1;align=center;verticalAlign=middle;resizable=0;points=[];" value="generates" vertex="1">
          <mxGeometry relative="1" x="0.0901" as="geometry">
            <mxPoint as="offset" />
          </mxGeometry>
        </mxCell>
        <mxCell id="I8fzYEprO0ZgccGk21pv-85" connectable="0" parent="1" style="edgeLabel;resizable=0;html=1;align=left;verticalAlign=bottom;" value="0..1" vertex="1">
          <mxGeometry x="150" y="250" as="geometry" />
+         </mxCell>
+         <mxCell id="Or--uX-8Sv3MyMNSjAhj-3" edge="1" parent="1" source="1ZRYSY7kE29Z7dbNpSJO-23" style="endArrow=block;endFill=1;html=1;edgeStyle=orthogonalEdgeStyle;align=left;verticalAlign=top;rounded=0;exitX=-0.012;exitY=0.605;exitDx=0;exitDy=0;exitPerimeter=0;" value="">
+           <mxGeometry relative="1" x="-1" as="geometry">
+             <mxPoint x="280" y="730" as="sourcePoint" />
+             <mxPoint x="240" y="665" as="targetPoint" />
+           </mxGeometry>
+         </mxCell>
+         <mxCell id="Or--uX-8Sv3MyMNSjAhj-5" connectable="0" parent="Or--uX-8Sv3MyMNSjAhj-3" style="edgeLabel;html=1;align=center;verticalAlign=middle;resizable=0;points=[];" value="receives" vertex="1">
+           <mxGeometry relative="1" x="0.0946" as="geometry">
+             <mxPoint as="offset" />
+           </mxGeometry>
        </mxCell>
      </root>
    </mxGraphModel>
  </diagram>
</mxfile>
